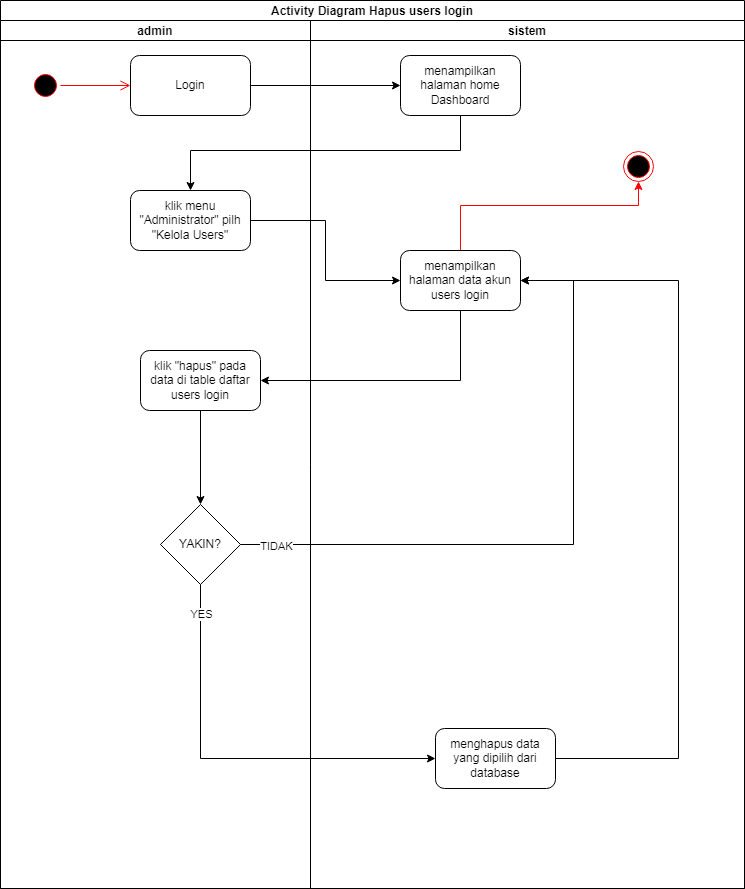
Earlier version of the draw.io export SKRIPSI/UML/2. ACTIVITY/USER/DELETE.png (Rusadi-0/KULIAH). Source tidied: cells renumbered, new cells last; positions are measured from the earlier drawing's top-left corner, leaving out a move shared by most shapes.
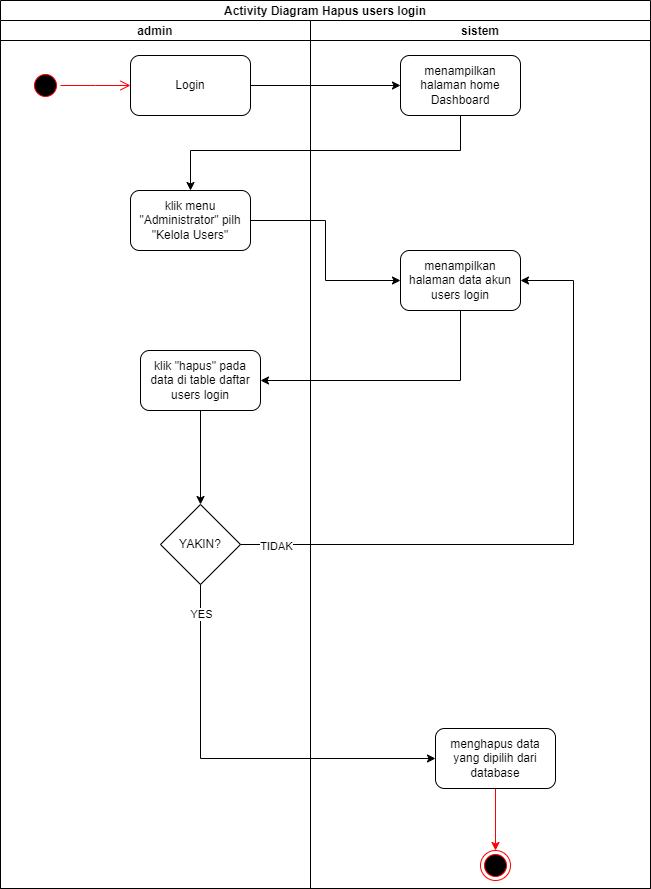
The same file after the commit.

Change to the diagram source:
```diff
@@ -3,7 +3,7 @@
     <mxCell id="0" />
     <mxCell id="1" parent="0" />
     <mxCell id="2" value="Activity Diagram Hapus users login" style="swimlane;startSize=20;" parent="1" vertex="1">
-      <mxGeometry width="744" height="888" as="geometry" />
+      <mxGeometry width="650" height="888" as="geometry" />
     </mxCell>
     <mxCell id="3" value="admin" style="swimlane;startSize=20;" parent="2" vertex="1">
       <mxGeometry y="20" width="310" height="868" as="geometry" />
@@ -32,35 +32,22 @@
       <mxGeometry x="160" y="484" width="80" height="80" as="geometry" />
     </mxCell>
     <mxCell id="11" value="sistem" style="swimlane;startSize=20;" parent="2" vertex="1">
-      <mxGeometry x="310" y="20" width="434" height="868" as="geometry" />
+      <mxGeometry x="310" y="20" width="340" height="868" as="geometry" />
     </mxCell>
     <mxCell id="12" value="menampilkan halaman home Dashboard" style="rounded=1;whiteSpace=wrap;html=1;" parent="11" vertex="1">
       <mxGeometry x="90" y="35" width="120" height="60" as="geometry" />
     </mxCell>
-    <mxCell id="13" style="edgeStyle=orthogonalEdgeStyle;rounded=0;jettySize=auto;html=1;strokeColor=#FF0000;" parent="11" edge="1" source="14" target="17">
-      <mxGeometry relative="1" as="geometry">
-        <Array as="points">
-          <mxPoint x="150" y="185" />
-          <mxPoint x="328" y="185" />
-        </Array>
-      </mxGeometry>
-    </mxCell>
     <mxCell id="14" value="menampilkan halaman data akun users login" style="rounded=1;whiteSpace=wrap;html=1;" parent="11" vertex="1">
       <mxGeometry x="90" y="230" width="120" height="60" as="geometry" />
     </mxCell>
-    <mxCell id="15" style="edgeStyle=orthogonalEdgeStyle;rounded=0;jettySize=auto;html=1;entryX=1;entryY=0.5;entryDx=0;entryDy=0;" parent="11" edge="1" source="16" target="14">
-      <mxGeometry relative="1" as="geometry">
-        <Array as="points">
-          <mxPoint x="368" y="738" />
-          <mxPoint x="368" y="260" />
-        </Array>
-      </mxGeometry>
-    </mxCell>
+    <mxCell id="26" style="edgeStyle=orthogonalEdgeStyle;rounded=0;jettySize=auto;html=1;strokeColor=#FF0000;" parent="11" edge="1" source="16" target="17">
+      <mxGeometry relative="1" as="geometry" />
+    </mxCell>
     <mxCell id="16" value="menghapus data yang dipilih dari database" style="rounded=1;whiteSpace=wrap;html=1;" parent="11" vertex="1">
       <mxGeometry x="125" y="708" width="120" height="60" as="geometry" />
     </mxCell>
     <mxCell id="17" style="ellipse;html=1;shape=endState;fillColor=#000000;strokeColor=#ff0000;" parent="11" vertex="1">
-      <mxGeometry x="313" y="131" width="30" height="30" as="geometry" />
+      <mxGeometry x="170" y="830" width="30" height="30" as="geometry" />
     </mxCell>
     <mxCell id="18" style="edgeStyle=orthogonalEdgeStyle;rounded=0;jettySize=auto;html=1;entryX=0;entryY=0.5;entryDx=0;entryDy=0;" parent="2" edge="1" source="6" target="12">
       <mxGeometry relative="1" as="geometry" />
```
